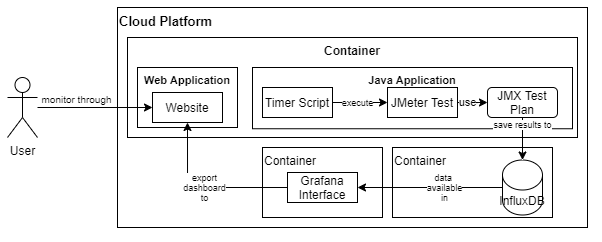
Earlier version of the draw.io export Documentation/Diagrams/system_diagrams/systemDiagram.png (ruipinto17/IndustrialConsultingProject-COM617). Source tidied: cells renumbered, new cells last; positions are measured from the earlier drawing's top-left corner, leaving out a move shared by most shapes.
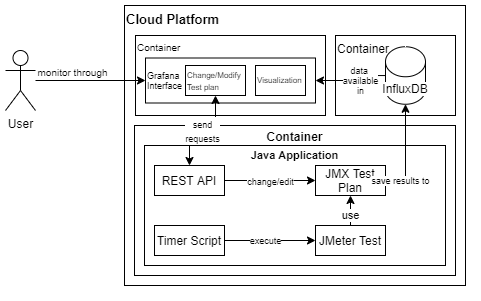
The same diagram one commit later.

The edit, as a diff of the source:
```diff
@@ -3,67 +3,80 @@
     <mxCell id="0" />
     <mxCell id="1" parent="0" />
     <mxCell id="2" value="Cloud Platform" style="rounded=0;whiteSpace=wrap;html=1;align=left;verticalAlign=top;fontStyle=1;fontSize=13;" parent="1" vertex="1">
-      <mxGeometry x="110" width="470" height="220" as="geometry" />
+      <mxGeometry x="109" y="110" width="341" height="280" as="geometry" />
     </mxCell>
-    <mxCell id="3" value="Container" style="rounded=0;whiteSpace=wrap;html=1;align=center;verticalAlign=top;fontStyle=1;" parent="1" vertex="1">
-      <mxGeometry x="120" y="30" width="450" height="100" as="geometry" />
+    <mxCell id="3" value="Container" style="rounded=0;whiteSpace=wrap;html=1;align=center;verticalAlign=top;fontStyle=1;fontSize=12;spacing=0;" parent="1" vertex="1">
+      <mxGeometry x="119" y="230" width="321" height="150" as="geometry" />
     </mxCell>
     <mxCell id="4" value="User" style="shape=umlActor;verticalLabelPosition=bottom;verticalAlign=top;html=1;outlineConnect=0;" parent="1" vertex="1">
-      <mxGeometry y="70" width="30" height="60" as="geometry" />
+      <mxGeometry x="-10" y="155" width="30" height="60" as="geometry" />
     </mxCell>
     <mxCell id="5" value="Container" style="rounded=0;whiteSpace=wrap;html=1;align=left;verticalAlign=top;" parent="1" vertex="1">
-      <mxGeometry x="385" y="140" width="160" height="70" as="geometry" />
+      <mxGeometry x="320" y="140" width="120" height="80" as="geometry" />
     </mxCell>
-    <mxCell id="6" value="InfluxDB" style="shape=cylinder3;whiteSpace=wrap;html=1;boundedLbl=1;backgroundOutline=1;size=15;align=center;" parent="1" vertex="1">
-      <mxGeometry x="495" y="152.5" width="40" height="55" as="geometry" />
+    <mxCell id="6" value="&lt;span style=&quot;background-color: rgb(255 , 255 , 255)&quot;&gt;InfluxDB&lt;/span&gt;" style="shape=cylinder3;whiteSpace=wrap;html=1;boundedLbl=1;backgroundOutline=1;size=15;align=center;" parent="1" vertex="1">
+      <mxGeometry x="370" y="151.2" width="40" height="57.5" as="geometry" />
     </mxCell>
-    <mxCell id="7" value="Container" style="rounded=0;whiteSpace=wrap;html=1;align=left;verticalAlign=top;" parent="1" vertex="1">
-      <mxGeometry x="255" y="140" width="120" height="70" as="geometry" />
+    <mxCell id="7" value="Container" style="rounded=0;whiteSpace=wrap;html=1;align=left;verticalAlign=top;fontSize=10;horizontal=1;" parent="1" vertex="1">
+      <mxGeometry x="120" y="140" width="190" height="80" as="geometry" />
     </mxCell>
-    <mxCell id="8" value="Grafana&lt;br&gt;Interface" style="rounded=0;whiteSpace=wrap;html=1;align=center;verticalAlign=middle;" parent="1" vertex="1">
-      <mxGeometry x="280" y="165" width="70" height="30" as="geometry" />
+    <mxCell id="8" value="Grafana&lt;br style=&quot;font-size: 9px;&quot;&gt;Interface" style="rounded=0;whiteSpace=wrap;html=1;align=left;verticalAlign=middle;fontSize=9;" parent="1" vertex="1">
+      <mxGeometry x="130" y="162.5" width="170" height="45" as="geometry" />
     </mxCell>
     <mxCell id="9" value="data &lt;br style=&quot;font-size: 9px;&quot;&gt;available&lt;br style=&quot;font-size: 9px;&quot;&gt;in" style="edgeStyle=orthogonalEdgeStyle;rounded=0;jettySize=auto;html=1;entryX=1;entryY=0.5;entryDx=0;entryDy=0;fontSize=9;" parent="1" edge="1" source="6" target="8">
-      <mxGeometry x="-0.2" relative="1" as="geometry" />
+      <mxGeometry x="-0.2" relative="1" as="geometry">
+        <Array as="points">
+          <mxPoint x="355" y="180" />
+          <mxPoint x="355" y="185" />
+        </Array>
+      </mxGeometry>
     </mxCell>
-    <mxCell id="10" value="Java Application" style="rounded=0;whiteSpace=wrap;html=1;align=center;verticalAlign=top;fontStyle=1;fontSize=11;" parent="1" vertex="1">
-      <mxGeometry x="245" y="60" width="320" height="61.2" as="geometry" />
+    <mxCell id="10" value="Java Application" style="rounded=0;whiteSpace=wrap;html=1;align=center;verticalAlign=top;fontStyle=1;fontSize=11;spacing=-1;" parent="1" vertex="1">
+      <mxGeometry x="129" y="250" width="301" height="120" as="geometry" />
     </mxCell>
     <mxCell id="11" value="Timer Script" style="rounded=0;whiteSpace=wrap;html=1;align=center;verticalAlign=middle;" parent="1" vertex="1">
-      <mxGeometry x="255" y="80" width="70" height="30" as="geometry" />
+      <mxGeometry x="139" y="330" width="70" height="30" as="geometry" />
     </mxCell>
     <mxCell id="12" value="JMeter Test" style="rounded=0;whiteSpace=wrap;html=1;align=center;verticalAlign=middle;" parent="1" vertex="1">
-      <mxGeometry x="380" y="80" width="70" height="30" as="geometry" />
+      <mxGeometry x="300" y="330" width="70" height="30" as="geometry" />
     </mxCell>
     <mxCell id="13" value="execute" style="edgeStyle=orthogonalEdgeStyle;rounded=0;jettySize=auto;html=1;entryX=0;entryY=0.5;entryDx=0;entryDy=0;fontSize=9;" parent="1" edge="1" source="11" target="12">
       <mxGeometry x="-0.09" relative="1" as="geometry" />
     </mxCell>
-    <mxCell id="14" value="use" style="edgeStyle=orthogonalEdgeStyle;rounded=0;jettySize=auto;html=1;entryX=0;entryY=0.5;entryDx=0;entryDy=0;" parent="1" edge="1" source="12" target="15">
+    <mxCell id="14" value="use" style="edgeStyle=orthogonalEdgeStyle;rounded=0;jettySize=auto;html=1;entryX=0.5;entryY=1;entryDx=0;entryDy=0;" parent="1" edge="1" source="12" target="15">
       <mxGeometry x="0.2" relative="1" as="geometry" />
     </mxCell>
-    <mxCell id="15" value="JMX Test Plan" style="rounded=1;whiteSpace=wrap;html=1;align=center;" parent="1" vertex="1">
-      <mxGeometry x="480" y="80" width="70" height="30" as="geometry" />
+    <mxCell id="15" value="JMX Test Plan" style="rounded=0;whiteSpace=wrap;html=1;align=center;glass=0;" parent="1" vertex="1">
+      <mxGeometry x="300" y="270" width="70" height="30" as="geometry" />
     </mxCell>
-    <mxCell id="16" value="save results to" style="edgeStyle=orthogonalEdgeStyle;rounded=0;jettySize=auto;html=1;entryX=0.5;entryY=0;entryDx=0;entryDy=0;entryPerimeter=0;fontSize=9;" parent="1" edge="1" source="15" target="6">
-      <mxGeometry x="-0.68" relative="1" as="geometry" />
+    <mxCell id="16" value="save results to" style="edgeStyle=orthogonalEdgeStyle;rounded=0;jettySize=auto;html=1;entryX=0.5;entryY=1;entryDx=0;entryDy=0;entryPerimeter=0;fontSize=9;" parent="1" edge="1" source="15" target="6">
+      <mxGeometry x="-0.68" relative="1" as="geometry">
+        <Array as="points">
+          <mxPoint x="390" y="285" />
+        </Array>
+      </mxGeometry>
     </mxCell>
-    <mxCell id="17" value="Web Application" style="rounded=0;whiteSpace=wrap;html=1;align=center;verticalAlign=top;fontStyle=1;fontSize=11;" parent="1" vertex="1">
-      <mxGeometry x="130" y="60" width="100" height="60" as="geometry" />
-    </mxCell>
-    <mxCell id="18" value="Website" style="rounded=0;whiteSpace=wrap;html=1;align=center;verticalAlign=middle;" parent="1" vertex="1">
-      <mxGeometry x="145" y="85" width="70" height="30" as="geometry" />
-    </mxCell>
-    <mxCell id="19" value="monitor through" style="edgeStyle=orthogonalEdgeStyle;rounded=0;jettySize=auto;html=1;entryX=0;entryY=0.5;entryDx=0;entryDy=0;fontSize=10;" parent="1" edge="1" source="4" target="18">
+    <mxCell id="19" value="monitor through" style="edgeStyle=orthogonalEdgeStyle;rounded=0;orthogonalLoop=1;jettySize=auto;html=1;entryX=0;entryY=0.5;entryDx=0;entryDy=0;fontSize=10;" parent="1" edge="1">
       <mxGeometry x="-0.33" y="7" relative="1" as="geometry">
+        <mxPoint x="20" y="185" as="sourcePoint" />
+        <mxPoint x="130" y="185" as="targetPoint" />
         <mxPoint y="-1" as="offset" />
       </mxGeometry>
     </mxCell>
-    <mxCell id="20" value="export&lt;br style=&quot;font-size: 9px;&quot;&gt;dashboard&lt;br style=&quot;font-size: 9px;&quot;&gt;to" style="edgeStyle=orthogonalEdgeStyle;rounded=0;jettySize=auto;html=1;entryX=0.5;entryY=1;entryDx=0;entryDy=0;fontSize=9;" parent="1" edge="1" source="8" target="18">
-      <mxGeometry relative="1" as="geometry">
-        <Array as="points">
-          <mxPoint x="180" y="180" />
-        </Array>
-      </mxGeometry>
-    </mxCell>
+    <mxCell id="21" value="Visualization" style="rounded=0;whiteSpace=wrap;html=1;fontSize=8;align=left;" parent="1" vertex="1">
+      <mxGeometry x="240" y="170" width="50" height="30" as="geometry" />
+    </mxCell>
+    <mxCell id="22" value="&lt;font style=&quot;font-size: 9px&quot;&gt;change/edit&lt;/font&gt;" style="edgeStyle=orthogonalEdgeStyle;rounded=0;jettySize=auto;html=1;entryX=0;entryY=0.5;entryDx=0;entryDy=0;startArrow=none;startFill=0;fontSize=12;" parent="1" edge="1" source="23" target="15">
+      <mxGeometry relative="1" as="geometry" />
+    </mxCell>
+    <mxCell id="23" value="REST API" style="rounded=0;whiteSpace=wrap;html=1;align=center;verticalAlign=middle;" parent="1" vertex="1">
+      <mxGeometry x="139" y="270" width="70" height="30" as="geometry" />
+    </mxCell>
+    <mxCell id="24" value="&lt;font style=&quot;font-size: 9px&quot;&gt;send&lt;br&gt;requests&lt;/font&gt;" style="edgeStyle=orthogonalEdgeStyle;rounded=0;jettySize=auto;html=1;entryX=0.5;entryY=0;entryDx=0;entryDy=0;fontSize=12;startArrow=classic;startFill=1;" parent="1" edge="1" source="25" target="23">
+      <mxGeometry relative="1" as="geometry" />
+    </mxCell>
+    <mxCell id="25" value="&lt;font style=&quot;font-size: 8px&quot;&gt;Change/Modify&lt;br&gt;Test plan&lt;/font&gt;" style="rounded=0;whiteSpace=wrap;html=1;fontSize=10;align=left;" parent="1" vertex="1">
+      <mxGeometry x="170" y="170" width="60" height="30" as="geometry" />
+    </mxCell>
   </root>
 </mxGraphModel>
```
